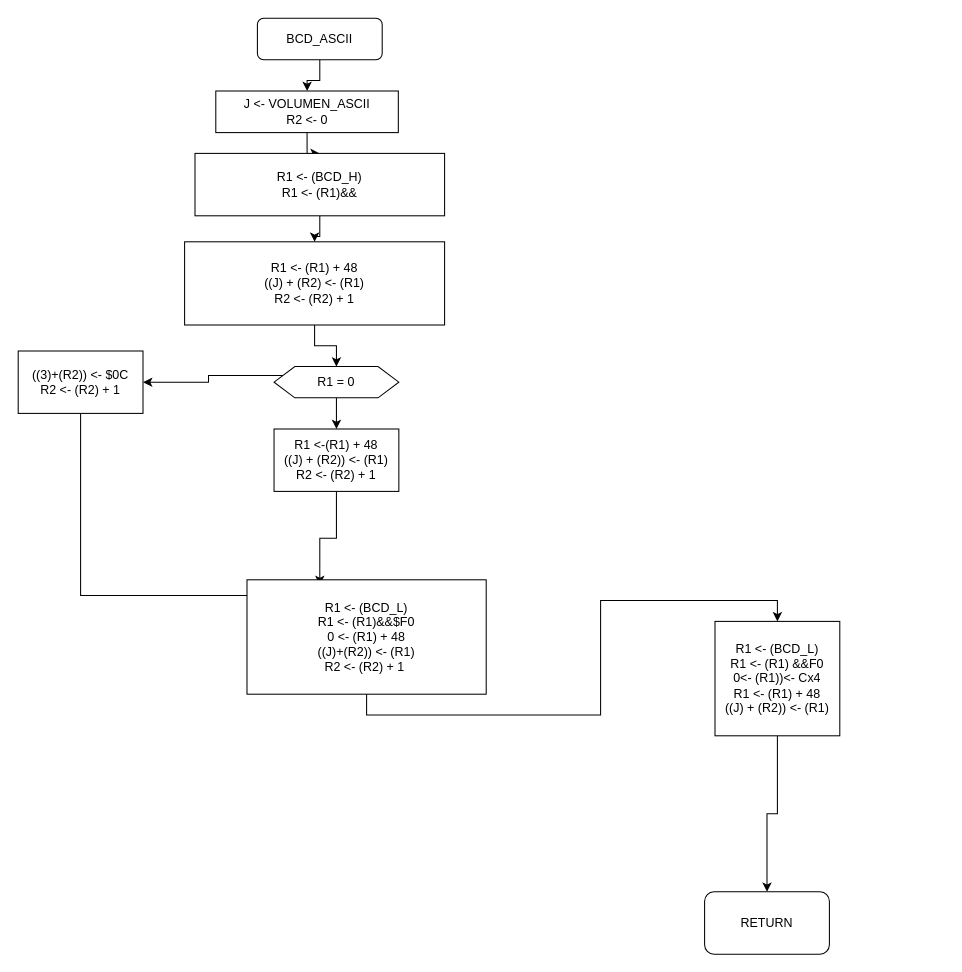
This is 6-asyn_commun/diagrams/bcd_ascii.drawio from brown9804/Dragon12_MC9S12DP256, a draw.io file, before an edit. Source tidied: cells renumbered, new cells numbered last; positions are measured from the earlier drawing's top-left corner, leaving out a move shared by most shapes. Both pictures are drawn from the tidied source at 104%, with x=0, y=0 at pixel (18, 18).
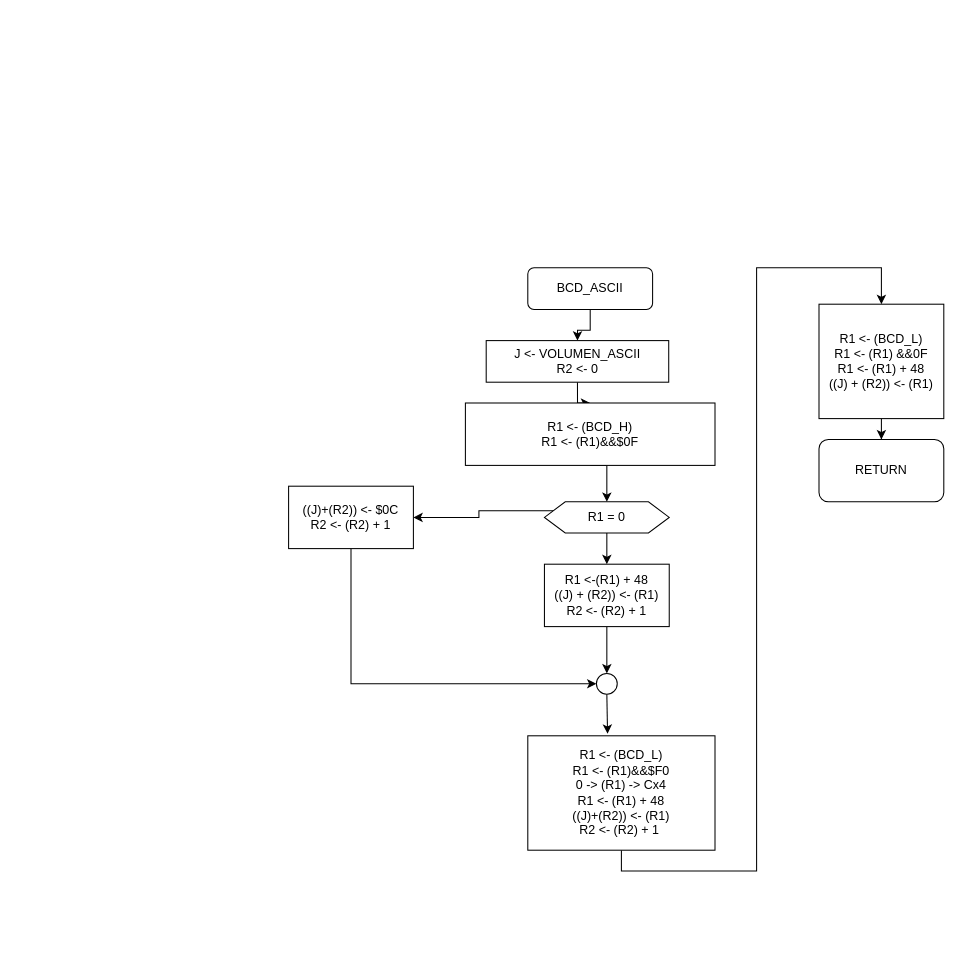
The same diagram, later.

Diff of the diagram source:
```diff
@@
     <mxCell id="3" value="BCD_ASCII" style="rounded=1;whiteSpace=wrap;html=1;" parent="1" vertex="1">
-      <mxGeometry x="230" width="120" height="40" as="geometry" />
+      <mxGeometry x="490" y="240" width="120" height="40" as="geometry" />
     </mxCell>
-    <mxCell id="4" style="edgeStyle=orthogonalEdgeStyle;rounded=0;jettySize=auto;html=1;exitX=0.5;exitY=1;exitDx=0;exitDy=0;" parent="1" edge="1" source="5" target="22">
-      <mxGeometry relative="1" as="geometry" />
-    </mxCell>
+    <mxCell id="23" style="edgeStyle=orthogonalEdgeStyle;rounded=0;jettySize=auto;html=1;exitX=0.5;exitY=1;exitDx=0;exitDy=0;" parent="1" edge="1" source="5" target="35">
+      <mxGeometry relative="1" as="geometry" />
+    </mxCell>
     <mxCell id="5" value="J &amp;lt;- VOLUMEN_ASCII&lt;br&gt;R2 &amp;lt;- 0" style="rounded=0;whiteSpace=wrap;html=1;" parent="1" vertex="1">
-      <mxGeometry x="190" y="70" width="175.5" height="40" as="geometry" />
+      <mxGeometry x="450" y="310" width="175.5" height="40" as="geometry" />
     </mxCell>
-    <mxCell id="6" style="edgeStyle=orthogonalEdgeStyle;rounded=0;jettySize=auto;html=1;exitX=0.5;exitY=1;exitDx=0;exitDy=0;" parent="1" edge="1" source="7" target="10">
-      <mxGeometry relative="1" as="geometry" />
-    </mxCell>
-    <mxCell id="7" value="R1 &amp;lt;- (R1) + 48&lt;br&gt;((J) + (R2) &amp;lt;- (R1)&lt;br&gt;R2 &amp;lt;- (R2) + 1" style="rounded=0;whiteSpace=wrap;html=1;" parent="1" vertex="1">
-      <mxGeometry x="160" y="215" width="250" height="80" as="geometry" />
-    </mxCell>
-    <mxCell id="8" style="edgeStyle=orthogonalEdgeStyle;rounded=0;jettySize=auto;html=1;exitX=0;exitY=0.25;exitDx=0;exitDy=0;" parent="1" edge="1" source="10" target="12">
-      <mxGeometry relative="1" as="geometry" />
-    </mxCell>
+    <mxCell id="24" style="edgeStyle=orthogonalEdgeStyle;rounded=0;jettySize=auto;html=1;exitX=0;exitY=0.25;exitDx=0;exitDy=0;" parent="1" edge="1" source="10" target="26">
+      <mxGeometry relative="1" as="geometry" />
+    </mxCell>
@@
     <mxCell id="10" value="R1 = 0" style="shape=hexagon;perimeter=hexagonPerimeter2;whiteSpace=wrap;html=1;fixedSize=1;" parent="1" vertex="1">
-      <mxGeometry x="246" y="335" width="120" height="30" as="geometry" />
+      <mxGeometry x="506" y="465" width="120" height="30" as="geometry" />
     </mxCell>
-    <mxCell id="11" style="edgeStyle=orthogonalEdgeStyle;rounded=0;jettySize=auto;html=1;exitX=0.5;exitY=1;exitDx=0;exitDy=0;entryX=0;entryY=0.5;entryDx=0;entryDy=0;" parent="1" edge="1" source="12" target="15">
-      <mxGeometry relative="1" as="geometry" />
-    </mxCell>
-    <mxCell id="12" value="((3)+(R2)) &amp;lt;- $0C&lt;br&gt;R2 &amp;lt;- (R2) + 1" style="rounded=0;whiteSpace=wrap;html=1;" parent="1" vertex="1">
-      <mxGeometry y="320" width="120" height="60" as="geometry" />
-    </mxCell>
-    <mxCell id="13" style="edgeStyle=orthogonalEdgeStyle;rounded=0;jettySize=auto;html=1;exitX=0.5;exitY=1;exitDx=0;exitDy=0;entryX=0.5;entryY=0;entryDx=0;entryDy=0;" parent="1" edge="1" source="14" target="15">
-      <mxGeometry relative="1" as="geometry" />
-    </mxCell>
+    <mxCell id="25" style="edgeStyle=orthogonalEdgeStyle;rounded=0;jettySize=auto;html=1;exitX=0.5;exitY=1;exitDx=0;exitDy=0;entryX=0;entryY=0.5;entryDx=0;entryDy=0;" parent="1" edge="1" source="26" target="29">
+      <mxGeometry relative="1" as="geometry">
+        <Array as="points">
+          <mxPoint x="320" y="640" />
+          <mxPoint x="540" y="640" />
+        </Array>
+      </mxGeometry>
+    </mxCell>
+    <mxCell id="26" value="((J)+(R2)) &amp;lt;- $0C&lt;br&gt;R2 &amp;lt;- (R2) + 1" style="rounded=0;whiteSpace=wrap;html=1;" parent="1" vertex="1">
+      <mxGeometry x="260" y="450" width="120" height="60" as="geometry" />
+    </mxCell>
+    <mxCell id="27" style="edgeStyle=orthogonalEdgeStyle;rounded=0;jettySize=auto;html=1;exitX=0.5;exitY=1;exitDx=0;exitDy=0;entryX=0.5;entryY=0;entryDx=0;entryDy=0;" parent="1" edge="1" source="14" target="29">
+      <mxGeometry relative="1" as="geometry" />
+    </mxCell>
     <mxCell id="14" value="R1 &amp;lt;-(R1) + 48&lt;br&gt;((J) + (R2)) &amp;lt;- (R1)&lt;br&gt;R2 &amp;lt;- (R2) + 1" style="rounded=0;whiteSpace=wrap;html=1;" parent="1" vertex="1">
-      <mxGeometry x="246" y="395" width="120" height="60" as="geometry" />
+      <mxGeometry x="506" y="525" width="120" height="60" as="geometry" />
     </mxCell>
-    <mxCell id="15" style="ellipse;whiteSpace=wrap;html=1;" parent="1" vertex="1">
-      <mxGeometry x="280" y="545" width="20" height="20" as="geometry" />
-    </mxCell>
-    <mxCell id="16" style="edgeStyle=orthogonalEdgeStyle;rounded=0;jettySize=auto;html=1;exitX=0.5;exitY=1;exitDx=0;exitDy=0;" parent="1" edge="1" source="17" target="18">
-      <mxGeometry relative="1" as="geometry" />
-    </mxCell>
-    <mxCell id="17" value="R1 &amp;lt;- (BCD_L)&lt;br&gt;R1 &amp;lt;- (R1) &amp;amp;&amp;amp;F0&lt;br&gt;0&amp;lt;- (R1))&amp;lt;- Cx4&lt;br&gt;R1 &amp;lt;- (R1) + 48&lt;br&gt;((J) + (R2)) &amp;lt;- (R1)" style="rounded=0;whiteSpace=wrap;html=1;" parent="1" vertex="1">
-      <mxGeometry x="670" y="580" width="120" height="110" as="geometry" />
-    </mxCell>
+    <mxCell id="28" style="edgeStyle=orthogonalEdgeStyle;rounded=0;jettySize=auto;html=1;exitX=0.5;exitY=1;exitDx=0;exitDy=0;entryX=0.426;entryY=-0.018;entryDx=0;entryDy=0;entryPerimeter=0;" parent="1" edge="1" source="29" target="33">
+      <mxGeometry relative="1" as="geometry" />
+    </mxCell>
+    <mxCell id="29" style="ellipse;whiteSpace=wrap;html=1;" parent="1" vertex="1">
+      <mxGeometry x="556" y="630" width="20" height="20" as="geometry" />
+    </mxCell>
+    <mxCell id="30" style="edgeStyle=orthogonalEdgeStyle;rounded=0;jettySize=auto;html=1;exitX=0.5;exitY=1;exitDx=0;exitDy=0;" parent="1" edge="1" source="31" target="18">
+      <mxGeometry relative="1" as="geometry" />
+    </mxCell>
+    <mxCell id="31" value="R1 &amp;lt;- (BCD_L)&lt;br&gt;R1 &amp;lt;- (R1) &amp;amp;&amp;amp;0F&lt;br&gt;R1 &amp;lt;- (R1) + 48&lt;br&gt;((J) + (R2)) &amp;lt;- (R1)" style="rounded=0;whiteSpace=wrap;html=1;" parent="1" vertex="1">
+      <mxGeometry x="770" y="275" width="120" height="110" as="geometry" />
+    </mxCell>
     <mxCell id="18" value="RETURN" style="rounded=1;whiteSpace=wrap;html=1;" parent="1" vertex="1">
-      <mxGeometry x="660" y="840" width="120" height="60" as="geometry" />
+      <mxGeometry x="770" y="405" width="120" height="60" as="geometry" />
     </mxCell>
-    <mxCell id="19" style="edgeStyle=orthogonalEdgeStyle;rounded=0;jettySize=auto;html=1;exitX=0.5;exitY=1;exitDx=0;exitDy=0;entryX=0.5;entryY=0;entryDx=0;entryDy=0;" parent="1" edge="1" source="20" target="17">
-      <mxGeometry relative="1" as="geometry" />
-    </mxCell>
-    <mxCell id="20" value="R1 &amp;lt;- (BCD_L)&lt;br&gt;R1 &amp;lt;- (R1)&amp;amp;&amp;amp;$F0&lt;br&gt;0 &amp;lt;- (R1) + 48&lt;br&gt;((J)+(R2)) &amp;lt;- (R1)&lt;br&gt;R2 &amp;lt;- (R2) + 1&amp;nbsp;" style="rounded=0;whiteSpace=wrap;html=1;" parent="1" vertex="1">
-      <mxGeometry x="220" y="540" width="230" height="110" as="geometry" />
-    </mxCell>
-    <mxCell id="21" style="edgeStyle=orthogonalEdgeStyle;rounded=0;jettySize=auto;html=1;exitX=0.5;exitY=1;exitDx=0;exitDy=0;" parent="1" edge="1" source="22" target="7">
-      <mxGeometry relative="1" as="geometry" />
-    </mxCell>
-    <mxCell id="22" value="R1 &amp;lt;- (BCD_H)&lt;br&gt;R1 &amp;lt;- (R1)&amp;amp;&amp;amp;" style="rounded=0;whiteSpace=wrap;html=1;" parent="1" vertex="1">
-      <mxGeometry x="170" y="130" width="240" height="60" as="geometry" />
-    </mxCell>
+    <mxCell id="32" style="edgeStyle=orthogonalEdgeStyle;rounded=0;jettySize=auto;html=1;exitX=0.5;exitY=1;exitDx=0;exitDy=0;entryX=0.5;entryY=0;entryDx=0;entryDy=0;" parent="1" edge="1" source="33" target="31">
+      <mxGeometry relative="1" as="geometry">
+        <Array as="points">
+          <mxPoint x="580" y="820" />
+          <mxPoint x="710" y="820" />
+          <mxPoint x="710" y="240" />
+          <mxPoint x="830" y="240" />
+        </Array>
+      </mxGeometry>
+    </mxCell>
+    <mxCell id="33" value="R1 &amp;lt;- (BCD_L)&lt;br&gt;R1 &amp;lt;- (R1)&amp;amp;&amp;amp;$F0&lt;br&gt;0 -&amp;gt; (R1) -&amp;gt; Cx4&lt;br&gt;R1 &amp;lt;- (R1) + 48&lt;br&gt;((J)+(R2)) &amp;lt;- (R1)&lt;br&gt;R2 &amp;lt;- (R2) + 1&amp;nbsp;" style="rounded=0;whiteSpace=wrap;html=1;" parent="1" vertex="1">
+      <mxGeometry x="490" y="690" width="180" height="110" as="geometry" />
+    </mxCell>
+    <mxCell id="34" style="edgeStyle=orthogonalEdgeStyle;rounded=0;jettySize=auto;html=1;exitX=0.5;exitY=1;exitDx=0;exitDy=0;entryX=0.5;entryY=0;entryDx=0;entryDy=0;" parent="1" edge="1" source="35" target="10">
+      <mxGeometry relative="1" as="geometry" />
+    </mxCell>
+    <mxCell id="35" value="R1 &amp;lt;- (BCD_H)&lt;br&gt;R1 &amp;lt;- (R1)&amp;amp;&amp;amp;$0F" style="rounded=0;whiteSpace=wrap;html=1;" parent="1" vertex="1">
+      <mxGeometry x="430" y="370" width="240" height="60" as="geometry" />
+    </mxCell>
```
